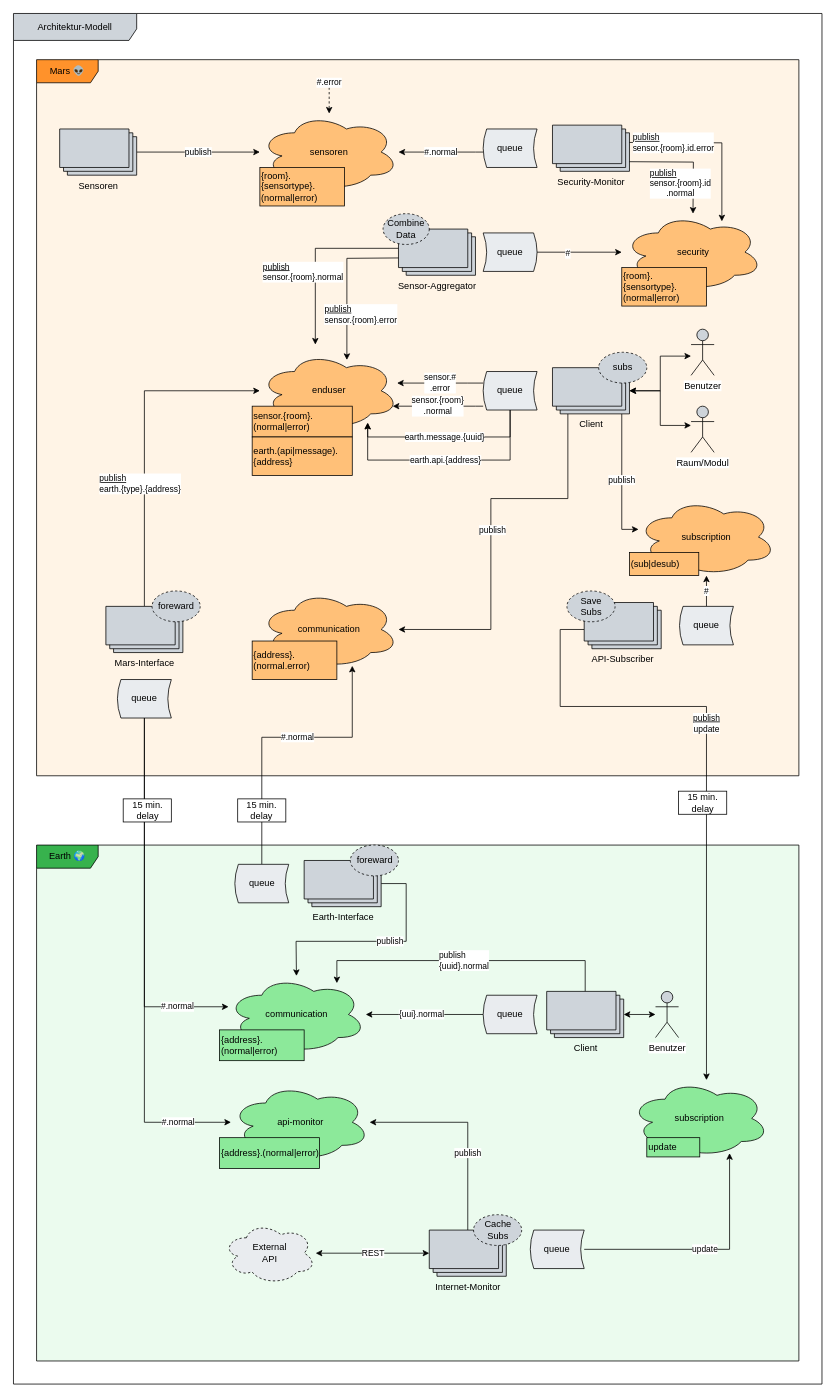
The draw.io diagram docs/Architektur-Modell.drawio in leo-3108/mi-fddw-mars-colonisation-gedrath-pelzer, before the edit. Source tidied: cells renumbered, new cells numbered last; positions are measured from the earlier drawing's top-left corner, leaving out a move shared by most shapes. Both pictures are drawn from the tidied source at 77%, with x=0, y=0 at pixel (13, 13).
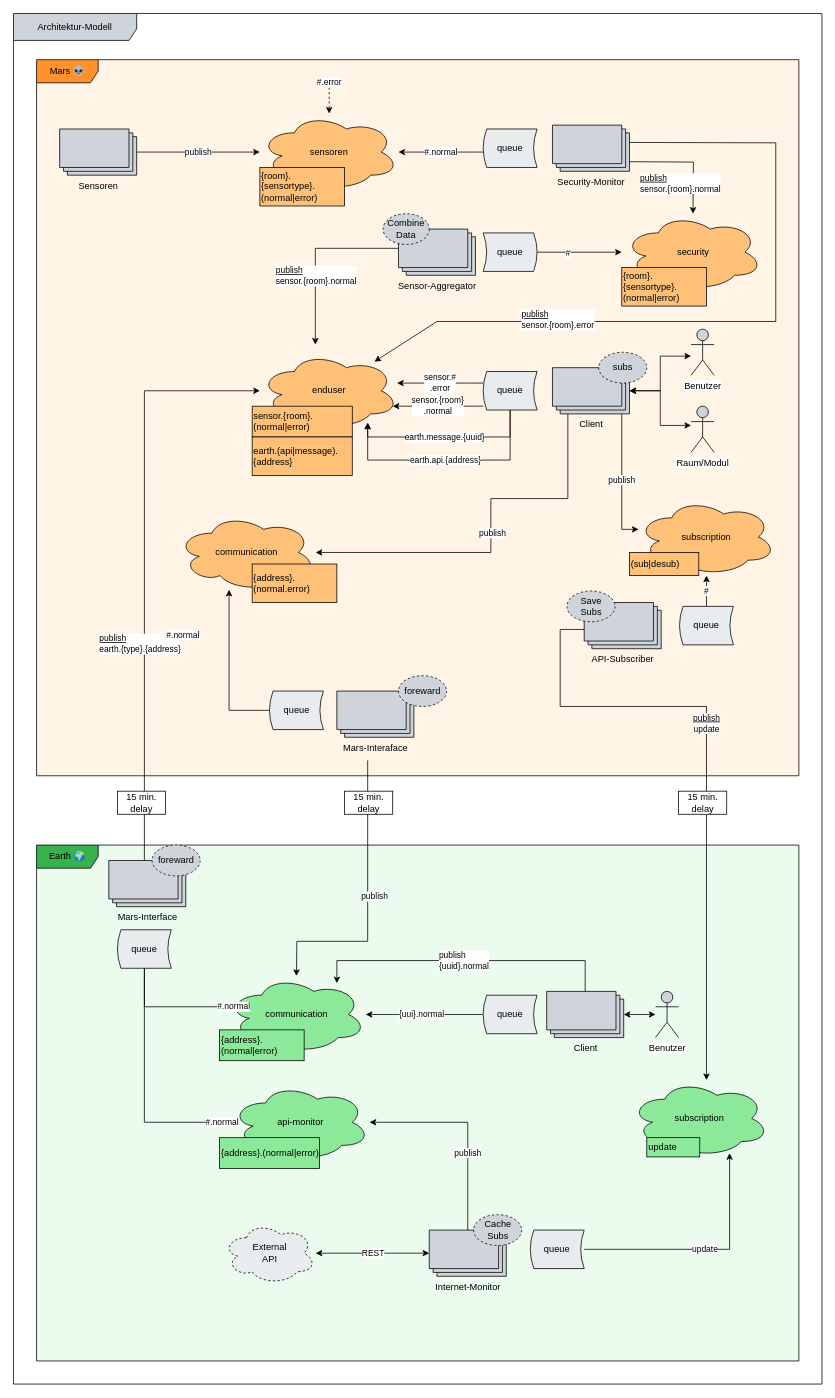
The same page after the edit.

The change refers to these unchanged cells:
```xml
<mxCell id="10" value="&lt;font face=&quot;IBM Plex Mono&quot;&gt;Client&lt;/font&gt;" style="verticalLabelPosition=bottom;verticalAlign=top;html=1;shape=mxgraph.basic.layered_rect;dx=10;outlineConnect=0;fillColor=#ced4da;" parent="1" vertex="1">
  <mxGeometry x="700" y="460" width="100" height="60" as="geometry" />
</mxCell>
<mxCell id="11" value="&lt;font face=&quot;IBM Plex Mono&quot;&gt;Sensor-Aggregator&lt;/font&gt;" style="verticalLabelPosition=bottom;verticalAlign=top;html=1;shape=mxgraph.basic.layered_rect;dx=10;outlineConnect=0;fillColor=#ced4da;" parent="1" vertex="1">
  <mxGeometry x="500" y="280" width="100" height="60" as="geometry" />
</mxCell>
<mxCell id="12" value="&lt;font face=&quot;IBM Plex Mono&quot;&gt;Security-Monitor&lt;/font&gt;" style="verticalLabelPosition=bottom;verticalAlign=top;html=1;shape=mxgraph.basic.layered_rect;dx=10;outlineConnect=0;fillColor=#ced4da;" parent="1" vertex="1">
  <mxGeometry x="700" y="145" width="100" height="60" as="geometry" />
</mxCell>
<mxCell id="19" value="enduser" style="ellipse;shape=cloud;whiteSpace=wrap;html=1;fontFamily=IBM Plex Sans;FType=g;fillColor=#FFC078;" parent="1" vertex="1">
  <mxGeometry x="320" y="440" width="180" height="100" as="geometry" />
</mxCell>
<mxCell id="42" value="communication" style="ellipse;shape=cloud;whiteSpace=wrap;html=1;fontFamily=IBM Plex Sans;FType=g;fillColor=#8CE99A;" parent="1" vertex="1">
  <mxGeometry x="277.5" y="1250" width="180" height="100" as="geometry" />
</mxCell>
<mxCell id="81" style="endArrow=classic;html=1;exitX=0;exitY=0;exitDx=100;exitDy=47.5;exitPerimeter=0;rounded=0;" parent="1" edge="1" source="12" target="75">
  <mxGeometry relative="1" as="geometry">
    <Array as="points">
      <mxPoint x="883" y="193" />
    </Array>
  </mxGeometry>
</mxCell>
```

What changed in the source:
```diff
@@
     <mxCell id="8" style="edgeStyle=orthogonalEdgeStyle;rounded=0;jettySize=auto;html=1;fontFamily=IBM Plex Mono;align=center;" parent="1" edge="1" source="10" target="53">
       <mxGeometry relative="1" as="geometry">
         <Array as="points">
           <mxPoint x="720" y="630" />
           <mxPoint x="620" y="630" />
-          <mxPoint x="620" y="800" />
+          <mxPoint x="620" y="700" />
         </Array>
       </mxGeometry>
     </mxCell>
@@
     <mxCell id="36" value="&lt;font face=&quot;IBM Plex Mono&quot;&gt;Mars-Interface&lt;br&gt;&lt;/font&gt;" style="verticalLabelPosition=bottom;verticalAlign=top;html=1;shape=mxgraph.basic.layered_rect;dx=10;outlineConnect=0;fillColor=#ced4da;" parent="1" vertex="1">
-      <mxGeometry x="120" y="770" width="100" height="60" as="geometry" />
+      <mxGeometry x="123.8" y="1100" width="100" height="60" as="geometry" />
     </mxCell>
@@
     <mxCell id="46" value="&lt;font face=&quot;IBM Plex Mono&quot;&gt;queue&lt;/font&gt;" style="shape=dataStorage;whiteSpace=wrap;html=1;fillColor=#E9ECEF;size=0.06470588235293984;" parent="1" vertex="1">
-      <mxGeometry x="135" y="865" width="70" height="50" as="geometry" />
+      <mxGeometry x="135" y="1190" width="70" height="50" as="geometry" />
     </mxCell>
@@
     <mxCell id="51" value="&lt;font face=&quot;IBM Plex Mono&quot;&gt;15 min. delay&lt;/font&gt;" style="rounded=0;whiteSpace=wrap;html=1;fillColor=#ffffff;" parent="1" vertex="1">
-      <mxGeometry x="142.5" y="1020" width="62.5" height="30" as="geometry" />
+      <mxGeometry x="135" y="1010" width="62.5" height="30" as="geometry" />
     </mxCell>
@@
     <mxCell id="53" value="communication" style="ellipse;shape=cloud;whiteSpace=wrap;html=1;fontFamily=IBM Plex Sans;FType=g;fillColor=#FFC078;" parent="1" vertex="1">
-      <mxGeometry x="320" y="750" width="180" height="100" as="geometry" />
+      <mxGeometry x="212.5" y="650" width="180" height="100" as="geometry" />
     </mxCell>
     <mxCell id="54" value="&lt;span style=&quot;font-family: &amp;#34;ibm plex mono&amp;#34;&quot;&gt;{address}.(normal.error)&lt;/span&gt;" style="rounded=0;whiteSpace=wrap;html=1;fillColor=#FFC078;align=left;" parent="1" vertex="1">
-      <mxGeometry x="310" y="815" width="110" height="50" as="geometry" />
+      <mxGeometry x="310" y="715" width="110" height="50" as="geometry" />
     </mxCell>
-    <mxCell id="55" value="publish" style="edgeStyle=orthogonalEdgeStyle;rounded=0;jettySize=auto;html=1;fontFamily=IBM Plex Mono;align=left;" parent="1" edge="1" source="56" target="42">
-      <mxGeometry relative="1" as="geometry">
+    <mxCell id="55" value="publish" style="edgeStyle=orthogonalEdgeStyle;rounded=0;jettySize=auto;html=1;fontFamily=IBM Plex Mono;align=left;" parent="1" edge="1" target="42">
+      <mxGeometry x="-0.05" y="-10" relative="1" as="geometry">
+        <mxPoint x="460" y="970" as="sourcePoint" />
         <Array as="points">
-          <mxPoint x="510" y="1130" />
-          <mxPoint x="510" y="1205" />
-          <mxPoint x="367" y="1205" />
+          <mxPoint x="460" y="1205" />
+          <mxPoint x="368" y="1205" />
         </Array>
       </mxGeometry>
     </mxCell>
-    <mxCell id="56" value="&lt;font face=&quot;IBM Plex Mono&quot;&gt;Earth-Interface&lt;br&gt;&lt;/font&gt;" style="verticalLabelPosition=bottom;verticalAlign=top;html=1;shape=mxgraph.basic.layered_rect;dx=10;outlineConnect=0;fillColor=#ced4da;" parent="1" vertex="1">
-      <mxGeometry x="377.5" y="1100" width="100" height="60" as="geometry" />
+    <mxCell id="56" value="&lt;font face=&quot;IBM Plex Mono&quot;&gt;Mars-Interaface&lt;br&gt;&lt;/font&gt;" style="verticalLabelPosition=bottom;verticalAlign=top;html=1;shape=mxgraph.basic.layered_rect;dx=10;outlineConnect=0;fillColor=#ced4da;" parent="1" vertex="1">
+      <mxGeometry x="420" y="880" width="100" height="60" as="geometry" />
     </mxCell>
     <mxCell id="57" value="#.normal" style="edgeStyle=orthogonalEdgeStyle;rounded=0;jettySize=auto;html=1;fontFamily=IBM Plex Mono;align=left;" parent="1" edge="1" source="58" target="53">
-      <mxGeometry relative="1" as="geometry">
+      <mxGeometry x="-0.5" y="-54" relative="1" as="geometry">
         <Array as="points">
-          <mxPoint x="323" y="940" />
-          <mxPoint x="440" y="940" />
+          <mxPoint x="280" y="905" />
         </Array>
+        <mxPoint x="-84" y="-44" as="offset" />
       </mxGeometry>
     </mxCell>
     <mxCell id="58" value="&lt;font face=&quot;IBM Plex Mono&quot;&gt;queue&lt;/font&gt;" style="shape=dataStorage;whiteSpace=wrap;html=1;fillColor=#E9ECEF;size=0.06470588235293984;" parent="1" vertex="1">
-      <mxGeometry x="287.5" y="1105" width="70" height="50" as="geometry" />
+      <mxGeometry x="332.5" y="880" width="70" height="50" as="geometry" />
     </mxCell>
     <mxCell id="59" value="&lt;font face=&quot;IBM Plex Mono&quot;&gt;15 min. delay&lt;/font&gt;" style="rounded=0;whiteSpace=wrap;html=1;fillColor=#ffffff;" parent="1" vertex="1">
-      <mxGeometry x="291.2" y="1020" width="62.5" height="30" as="geometry" />
+      <mxGeometry x="430" y="1010" width="62.5" height="30" as="geometry" />
     </mxCell>
@@
     <mxCell id="73" value="&lt;font face=&quot;IBM Plex Sans&quot;&gt;foreward&lt;/font&gt;" style="ellipse;whiteSpace=wrap;html=1;strokeWidth=1;fillColor=#CED4DA;dashed=1;" parent="1" vertex="1">
-      <mxGeometry x="437.5" y="1080" width="62.5" height="40" as="geometry" />
+      <mxGeometry x="500" y="860" width="62.5" height="40" as="geometry" />
     </mxCell>
     <mxCell id="74" value="&lt;font face=&quot;IBM Plex Sans&quot;&gt;foreward&lt;/font&gt;" style="ellipse;whiteSpace=wrap;html=1;strokeWidth=1;fillColor=#CED4DA;dashed=1;" parent="1" vertex="1">
-      <mxGeometry x="180" y="750" width="62.5" height="40" as="geometry" />
+      <mxGeometry x="180" y="1080" width="62.5" height="40" as="geometry" />
     </mxCell>
@@
-    <mxCell id="78" style="endArrow=classic;html=1;rounded=0;exitX=0;exitY=0;exitDx=100;exitDy=22.5;exitPerimeter=0;" parent="1" edge="1" source="12">
+    <mxCell id="78" style="endArrow=classic;html=1;rounded=0;exitX=0;exitY=0;exitDx=100;exitDy=22.5;exitPerimeter=0;" parent="1" edge="1" source="12" target="19">
       <mxGeometry relative="1" as="geometry">
-        <mxPoint x="920" y="270" as="targetPoint" />
         <Array as="points">
-          <mxPoint x="920" y="168" />
+          <mxPoint x="990" y="168" />
+          <mxPoint x="990" y="400" />
+          <mxPoint x="550" y="400" />
         </Array>
       </mxGeometry>
     </mxCell>
-    <mxCell id="79" value="&lt;div style=&quot;text-align: left&quot;&gt;&lt;u&gt;publish&lt;/u&gt;&lt;/div&gt;sensor.{room}.id.error" style="edgeLabel;html=1;align=center;verticalAlign=middle;" parent="78" vertex="1">
+    <mxCell id="79" value="&lt;div style=&quot;text-align: left&quot;&gt;&lt;u&gt;publish&lt;/u&gt;&lt;/div&gt;sensor.{room}.error" style="edgeLabel;html=1;align=center;verticalAlign=middle;" parent="78" vertex="1">
       <mxGeometry x="-0.34" relative="1" as="geometry">
-        <mxPoint x="-16.8" as="offset" />
+        <mxPoint x="-283.8" y="104" as="offset" />
       </mxGeometry>
     </mxCell>
-    <mxCell id="80" style="endArrow=classic;html=1;exitX=0;exitY=0;exitDx=0;exitDy=37.5;exitPerimeter=0;rounded=0;" parent="1" edge="1" source="11">
-      <mxGeometry relative="1" as="geometry">
-        <mxPoint x="433" y="450" as="targetPoint" />
-        <Array as="points">
-          <mxPoint x="433" y="318" />
-        </Array>
-      </mxGeometry>
-    </mxCell>
@@
-    <mxCell id="82" value="&lt;div style=&quot;text-align: left&quot;&gt;&lt;u&gt;publish&lt;/u&gt;&lt;/div&gt;sensor.{room}.id&lt;br&gt;.normal" style="edgeLabel;html=1;align=center;verticalAlign=middle;" parent="81" vertex="1">
+    <mxCell id="82" value="&lt;div style=&quot;text-align: left&quot;&gt;&lt;u&gt;publish&lt;/u&gt;&lt;/div&gt;sensor.{room}.normal" style="edgeLabel;html=1;align=center;verticalAlign=middle;" parent="81" vertex="1">
       <mxGeometry x="-0.31" y="2" relative="1" as="geometry">
         <mxPoint x="13.6" y="29.2" as="offset" />
       </mxGeometry>
     </mxCell>
@@
-    <mxCell id="84" value="&lt;div style=&quot;text-align: left&quot;&gt;&lt;u&gt;publish&lt;/u&gt;&lt;/div&gt;sensor.{room}.error" style="edgeLabel;html=1;align=center;verticalAlign=middle;" parent="1" vertex="1">
-      <mxGeometry x="450" y="390" as="geometry" />
+    <mxCell id="84" value="&lt;div style=&quot;text-align: left&quot;&gt;&lt;br&gt;&lt;/div&gt;" style="edgeLabel;html=1;align=center;verticalAlign=middle;" parent="1" vertex="1">
+      <mxGeometry x="450" y="390" as="geometry">
+        <mxPoint x="-2" y="3" as="offset" />
+      </mxGeometry>
     </mxCell>
@@
     <mxCell id="86" value="&lt;div style=&quot;text-align: left&quot;&gt;&lt;u&gt;publish&lt;/u&gt;&lt;/div&gt;sensor.{room}.normal" style="edgeLabel;html=1;align=center;verticalAlign=middle;" parent="1" vertex="1">
-      <mxGeometry x="375" y="335" as="geometry" />
+      <mxGeometry x="392.5" y="340" as="geometry" />
     </mxCell>
```
